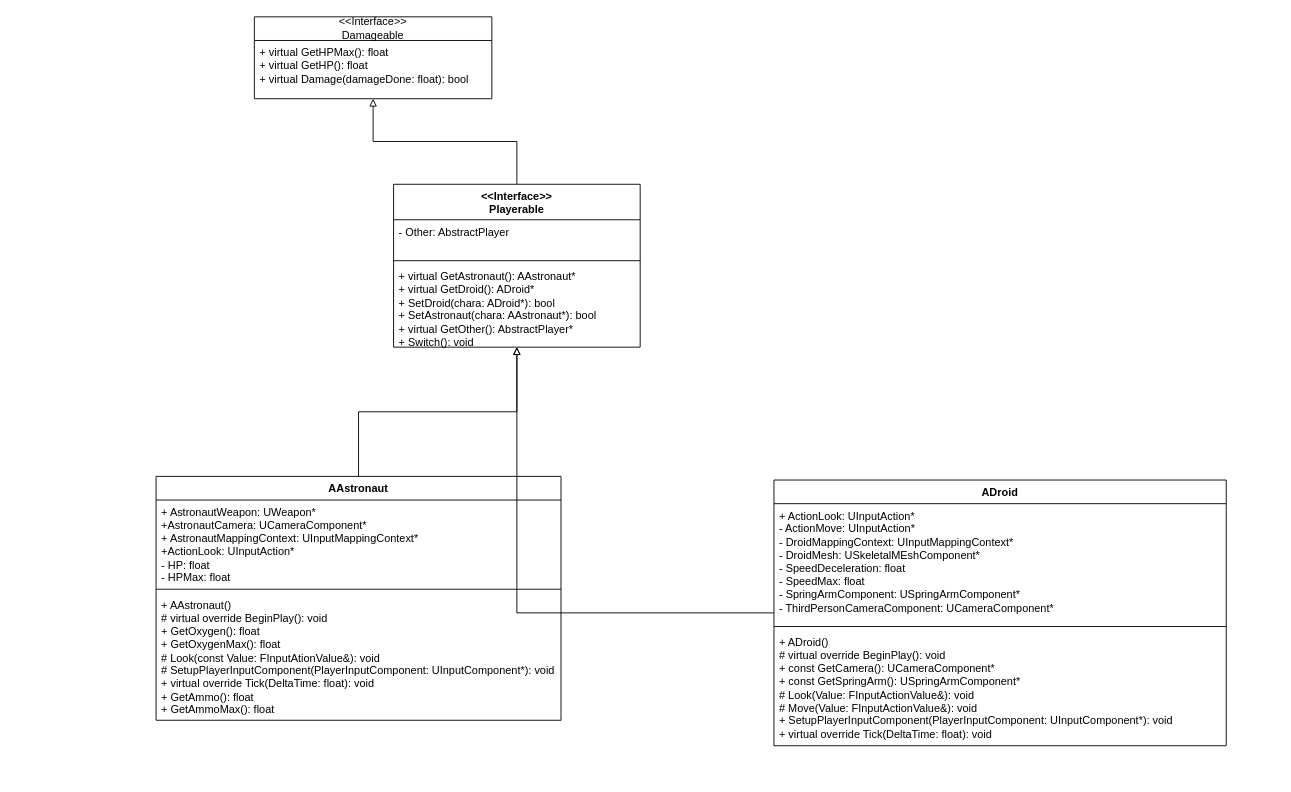
Above: UML.drawio in herrkrabbe/BarBoi (draw.io), before the change. Source tidied: cells renumbered, new cells numbered last; positions are measured from the earlier drawing's top-left corner, leaving out a move shared by most shapes. Both pictures are drawn from the tidied source at 91%, with x=0, y=0 at pixel (156, 16).
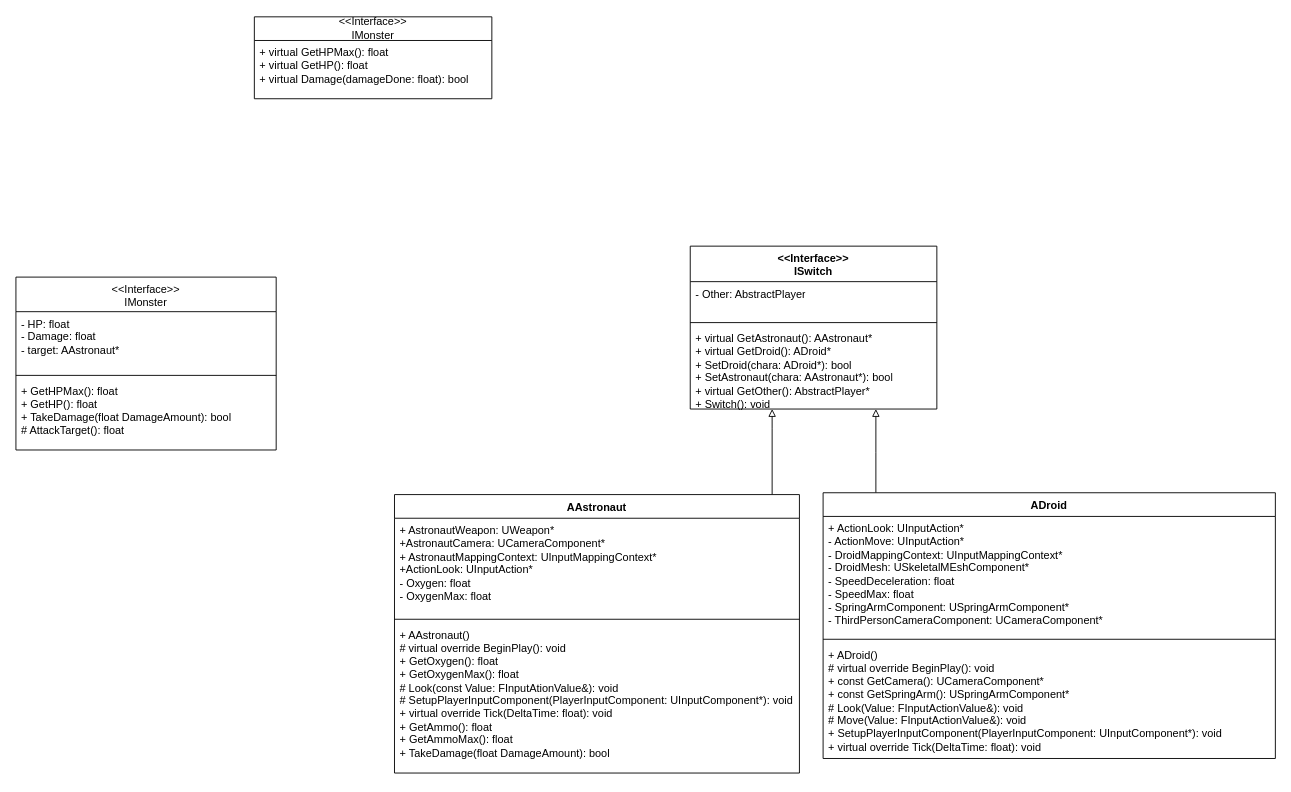
After the change.

Commit message:
UML: interfaces cannot inherit from interfaces

Change to the diagram source:
```diff
@@
     <mxCell id="2" style="edgeStyle=orthogonalEdgeStyle;rounded=0;jettySize=auto;html=1;endArrow=block;endFill=0;" parent="1" edge="1" source="3" target="10">
-      <mxGeometry relative="1" as="geometry" />
+      <mxGeometry relative="1" as="geometry">
+        <Array as="points">
+          <mxPoint x="677" y="452" />
+          <mxPoint x="677" y="452" />
+        </Array>
+      </mxGeometry>
     </mxCell>
     <mxCell id="3" value="AAstronaut" style="swimlane;fontStyle=1;align=center;verticalAlign=top;horizontal=1;startSize=26;whiteSpace=wrap;html=1;" parent="1" vertex="1">
-      <mxGeometry y="505" width="445" height="268" as="geometry" />
+      <mxGeometry x="262" y="525" width="445" height="306" as="geometry" />
     </mxCell>
-    <mxCell id="4" value="&lt;div&gt;+ AstronautWeapon: UWeapon*&lt;/div&gt;&lt;div&gt;+AstronautCamera: UCameraComponent*&lt;/div&gt;&lt;div&gt;+ AstronautMappingContext: UInputMappingContext*&lt;/div&gt;&lt;div&gt;+ActionLook: UInputAction*&lt;/div&gt;&lt;div&gt;- HP: float&lt;/div&gt;&lt;div&gt;- HPMax: float&lt;/div&gt;" style="text;strokeColor=none;fillColor=none;align=left;verticalAlign=top;spacingLeft=4;spacingRight=4;overflow=hidden;whiteSpace=wrap;html=1;" parent="3" vertex="1">
-      <mxGeometry y="26" width="445" height="94" as="geometry" />
+    <mxCell id="4" value="&lt;div&gt;+ AstronautWeapon: UWeapon*&lt;/div&gt;&lt;div&gt;+AstronautCamera: UCameraComponent*&lt;/div&gt;&lt;div&gt;+ AstronautMappingContext: UInputMappingContext*&lt;/div&gt;&lt;div&gt;+ActionLook: UInputAction*&lt;/div&gt;&lt;div&gt;- Oxygen: float&lt;/div&gt;&lt;div&gt;- OxygenMax: float&lt;/div&gt;" style="text;strokeColor=none;fillColor=none;align=left;verticalAlign=top;spacingLeft=4;spacingRight=4;overflow=hidden;whiteSpace=wrap;html=1;" parent="3" vertex="1">
+      <mxGeometry y="26" width="445" height="107" as="geometry" />
     </mxCell>
     <mxCell id="5" style="line;strokeWidth=1;fillColor=none;align=left;verticalAlign=middle;spacingTop=-1;spacingLeft=3;spacingRight=3;labelPosition=right;strokeColor=inherit;" parent="3" vertex="1">
-      <mxGeometry y="120" width="445" height="8" as="geometry" />
+      <mxGeometry y="133" width="445" height="8" as="geometry" />
     </mxCell>
-    <mxCell id="6" value="+ AAstronaut()&lt;div&gt;# virtual override BeginPlay(): void&lt;/div&gt;&lt;div&gt;+ GetOxygen(): float&lt;/div&gt;&lt;div&gt;+ GetOxygenMax(): float&lt;/div&gt;&lt;div&gt;# Look(const Value: FInputAtionValue&amp;amp;): void&lt;br&gt;&lt;div&gt;&lt;div&gt;# SetupPlayerInputComponent(PlayerInputComponent: UInputComponent*): void&lt;/div&gt;&lt;/div&gt;&lt;div&gt;+ virtual override Tick(DeltaTime: float): void&lt;/div&gt;&lt;/div&gt;&lt;div&gt;+ GetAmmo(): float&lt;/div&gt;&lt;div&gt;+ GetAmmoMax(): float&lt;/div&gt;" style="text;strokeColor=none;fillColor=none;align=left;verticalAlign=top;spacingLeft=4;spacingRight=4;overflow=hidden;whiteSpace=wrap;html=1;" parent="3" vertex="1">
-      <mxGeometry y="128" width="445" height="140" as="geometry" />
+    <mxCell id="6" value="+ AAstronaut()&lt;div&gt;# virtual override BeginPlay(): void&lt;/div&gt;&lt;div&gt;+ GetOxygen(): float&lt;/div&gt;&lt;div&gt;+ GetOxygenMax(): float&lt;/div&gt;&lt;div&gt;# Look(const Value: FInputAtionValue&amp;amp;): void&lt;br&gt;&lt;div&gt;&lt;div&gt;# SetupPlayerInputComponent(PlayerInputComponent: UInputComponent*): void&lt;/div&gt;&lt;/div&gt;&lt;div&gt;+ virtual override Tick(DeltaTime: float): void&lt;/div&gt;&lt;/div&gt;&lt;div&gt;+ GetAmmo(): float&lt;/div&gt;&lt;div&gt;+ GetAmmoMax(): float&lt;/div&gt;&lt;div&gt;+ TakeDamage(float DamageAmount): bool&lt;br&gt;&lt;/div&gt;" style="text;strokeColor=none;fillColor=none;align=left;verticalAlign=top;spacingLeft=4;spacingRight=4;overflow=hidden;whiteSpace=wrap;html=1;" parent="3" vertex="1">
+      <mxGeometry y="141" width="445" height="165" as="geometry" />
     </mxCell>
-    <mxCell id="7" value="&amp;lt;&amp;lt;Interface&amp;gt;&amp;gt;&lt;div&gt;Damageable&lt;/div&gt;" style="swimlane;fontStyle=0;horizontal=1;startSize=26;fillColor=none;whiteSpace=wrap;html=1;" parent="1" vertex="1">
+    <mxCell id="7" value="&amp;lt;&amp;lt;Interface&amp;gt;&amp;gt;&lt;div&gt;IMonster&lt;/div&gt;" style="swimlane;fontStyle=0;horizontal=1;startSize=26;fillColor=none;whiteSpace=wrap;html=1;" parent="1" vertex="1">
       <mxGeometry x="108" width="261" height="90" as="geometry" />
     </mxCell>
@@
-    <mxCell id="9" style="edgeStyle=orthogonalEdgeStyle;rounded=0;jettySize=auto;html=1;endArrow=block;endFill=0;" parent="1" edge="1" source="10" target="7">
-      <mxGeometry relative="1" as="geometry" />
-    </mxCell>
-    <mxCell id="10" value="&amp;lt;&amp;lt;Interface&amp;gt;&amp;gt;&lt;div&gt;Playerable&lt;/div&gt;" style="swimlane;fontStyle=1;align=center;verticalAlign=top;horizontal=1;startSize=39;whiteSpace=wrap;html=1;" parent="1" vertex="1">
-      <mxGeometry x="261" y="184" width="271" height="179" as="geometry" />
+    <mxCell id="10" value="&amp;lt;&amp;lt;Interface&amp;gt;&amp;gt;&lt;div&gt;ISwitch&lt;/div&gt;" style="swimlane;fontStyle=1;align=center;verticalAlign=top;horizontal=1;startSize=39;whiteSpace=wrap;html=1;" parent="1" vertex="1">
+      <mxGeometry x="587" y="252" width="271" height="179" as="geometry" />
     </mxCell>
@@
     <mxCell id="14" style="edgeStyle=orthogonalEdgeStyle;rounded=0;jettySize=auto;html=1;endArrow=block;endFill=0;" parent="1" edge="1" source="15" target="10">
-      <mxGeometry relative="1" as="geometry" />
+      <mxGeometry relative="1" as="geometry">
+        <Array as="points">
+          <mxPoint x="791" y="479" />
+          <mxPoint x="791" y="479" />
+        </Array>
+      </mxGeometry>
     </mxCell>
     <mxCell id="15" value="ADroid" style="swimlane;fontStyle=1;align=center;verticalAlign=top;horizontal=1;startSize=26;whiteSpace=wrap;html=1;" parent="1" vertex="1">
-      <mxGeometry x="679" y="509" width="497" height="292" as="geometry" />
+      <mxGeometry x="733" y="523" width="497" height="292" as="geometry" />
     </mxCell>
@@
+    <mxCell id="19" value="&lt;span style=&quot;font-weight: 400;&quot;&gt;&amp;lt;&amp;lt;Interface&amp;gt;&amp;gt;&lt;/span&gt;&lt;div style=&quot;font-weight: 400;&quot;&gt;IMonster&lt;/div&gt;" style="swimlane;fontStyle=1;align=center;verticalAlign=top;horizontal=1;startSize=38;whiteSpace=wrap;html=1;" parent="1" vertex="1">
+      <mxGeometry x="-154" y="286" width="286" height="190" as="geometry" />
+    </mxCell>
+    <mxCell id="20" value="- HP: float&lt;div&gt;- Damage: float&lt;/div&gt;&lt;div&gt;- target: AAstronaut*&lt;/div&gt;" style="text;strokeColor=none;fillColor=none;align=left;verticalAlign=top;spacingLeft=4;spacingRight=4;overflow=hidden;whiteSpace=wrap;html=1;" parent="19" vertex="1">
+      <mxGeometry y="38" width="286" height="66" as="geometry" />
+    </mxCell>
+    <mxCell id="21" style="line;strokeWidth=1;fillColor=none;align=left;verticalAlign=middle;spacingTop=-1;spacingLeft=3;spacingRight=3;labelPosition=right;strokeColor=inherit;" parent="19" vertex="1">
+      <mxGeometry y="104" width="286" height="8" as="geometry" />
+    </mxCell>
+    <mxCell id="22" value="+ GetHPMax(): float&lt;div&gt;+ GetHP(): float&lt;/div&gt;&lt;div&gt;+ TakeDamage(float DamageAmount): bool&lt;br&gt;&lt;/div&gt;&lt;div&gt;# AttackTarget(): float&lt;/div&gt;" style="text;strokeColor=none;fillColor=none;align=left;verticalAlign=top;spacingLeft=4;spacingRight=4;overflow=hidden;whiteSpace=wrap;html=1;" parent="19" vertex="1">
+      <mxGeometry y="112" width="286" height="78" as="geometry" />
+    </mxCell>
```
